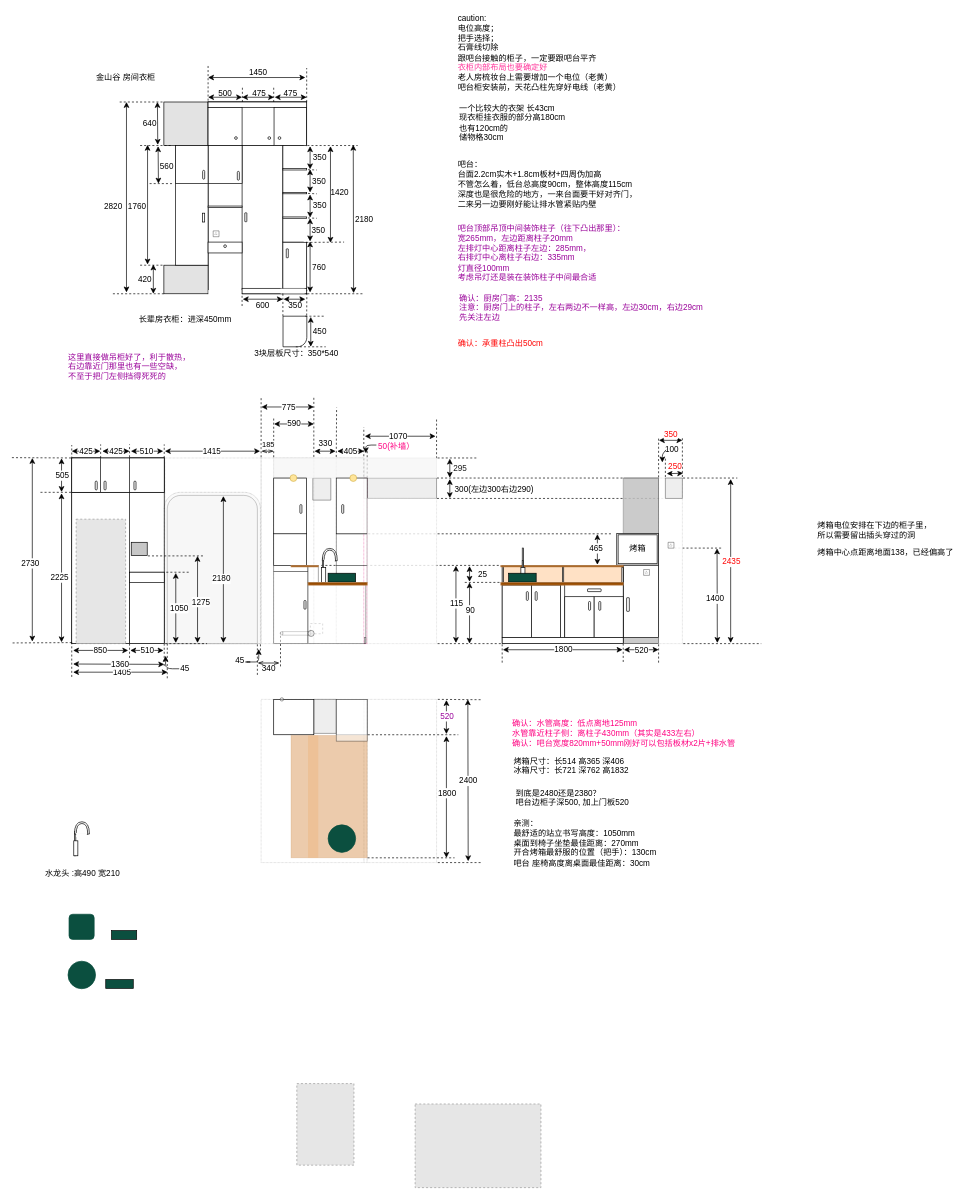
The draw.io diagram page "Page-1" (1 of 2) of result/装修图07170617.drawio in Soffiaa/getTitles, before the edit. Source tidied: cells renumbered, new cells numbered last; positions are measured from the earlier drawing's top-left corner, leaving out a move shared by most shapes. Both pictures are drawn from the tidied source at 68%, with x=0, y=0 at pixel (12, 12). Pictures stored in the file or linked from it are replaced by grey dashed boxes.
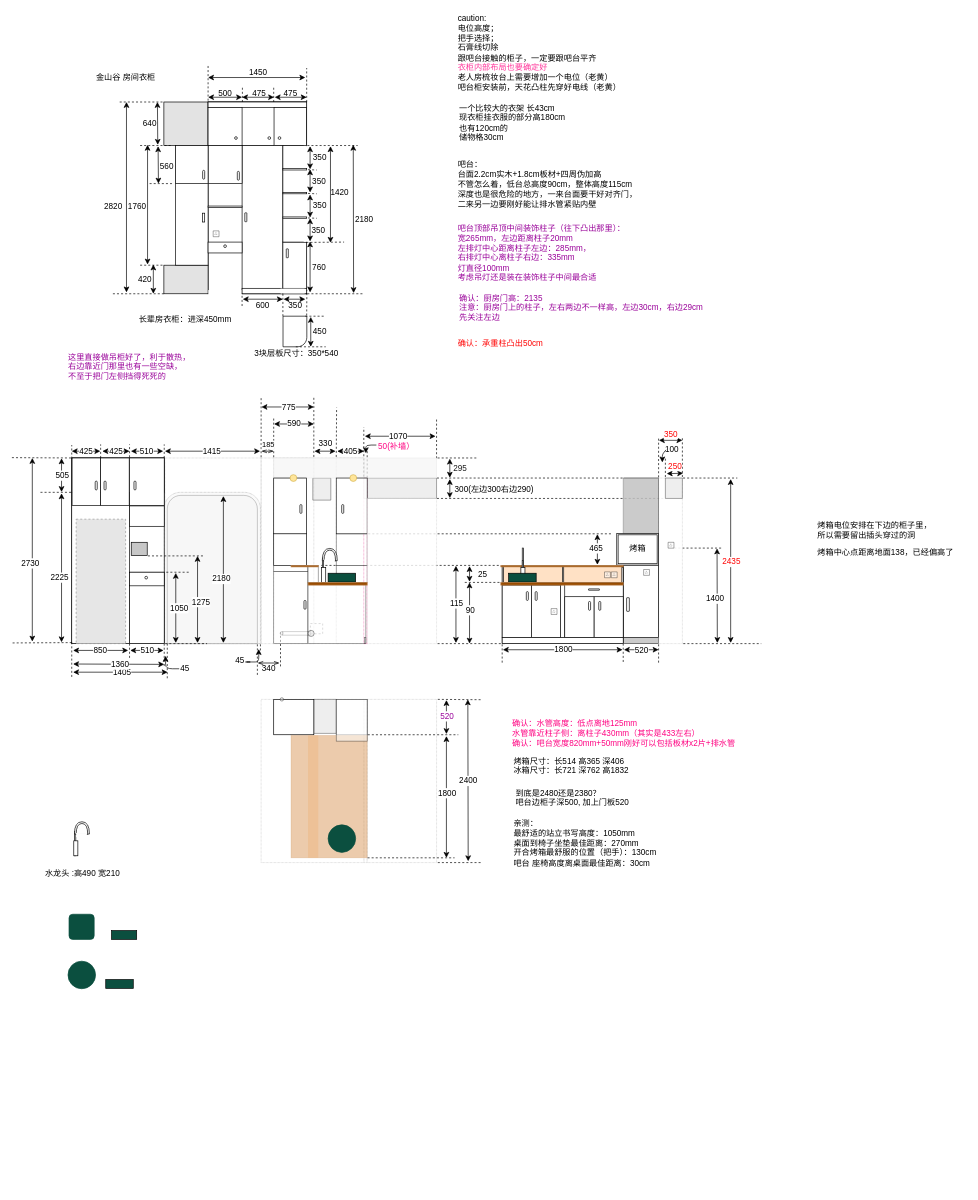
After the change.

Commit message (it also covers changes not shown here):
更新装修图07170617.drawio

The change refers to these unchanged cells:
```xml
<mxCell id="358" style="group;" parent="357" vertex="1">
  <mxGeometry width="180" height="35" as="geometry" />
</mxCell>
<mxCell id="376" style="group;" parent="356" vertex="1">
  <mxGeometry y="25" width="180.5" height="94" as="geometry" />
</mxCell>
```

What changed in the source:
```diff
@@
     <mxCell id="129" style="rounded=0;whiteSpace=wrap;html=1;" parent="1" vertex="1">
-      <mxGeometry x="88" y="656" width="42.5" height="50.5" as="geometry" />
+      <mxGeometry x="88.5" y="656" width="42" height="70" as="geometry" />
     </mxCell>
     <mxCell id="130" style="rounded=0;whiteSpace=wrap;html=1;" parent="1" vertex="1">
-      <mxGeometry x="173" y="656" width="51" height="50.5" as="geometry" />
+      <mxGeometry x="173" y="656" width="51" height="70" as="geometry" />
     </mxCell>
@@
     <mxCell id="142" style="rounded=0;whiteSpace=wrap;html=1;" parent="1" vertex="1">
-      <mxGeometry x="173" y="824" width="51" height="15" as="geometry" />
+      <mxGeometry x="173" y="824" width="51" height="20" as="geometry" />
     </mxCell>
@@
-    <mxCell id="146" style="rounded=1;whiteSpace=wrap;html=1;strokeColor=#000000;fillColor=#FFFFFF;rotation=90;arcSize=50;" parent="1" vertex="1">
-      <mxGeometry x="130.5" y="695" width="13" height="3" as="geometry" />
-    </mxCell>
@@
-    <mxCell id="301" style="fillColor=#E6E6E6;strokeColor=#999999;dashed=1;verticalLabelPosition=bottom;labelBackgroundColor=#ffffff;verticalAlign=top;" parent="1" vertex="1">
-      <mxGeometry x="419" y="1576" width="84" height="120" as="geometry" />
-    </mxCell>
-    <mxCell id="302" style="fillColor=#E6E6E6;strokeColor=#999999;dashed=1;verticalLabelPosition=bottom;labelBackgroundColor=#ffffff;verticalAlign=top;" parent="1" vertex="1">
-      <mxGeometry x="593" y="1606" width="185" height="123" as="geometry" />
-    </mxCell>
@@
+    <mxCell id="392" style="group;" parent="358" vertex="1">
+      <mxGeometry x="152.5" y="9.5" width="8.6" height="8.6" as="geometry" />
+    </mxCell>
+    <mxCell id="393" style="verticalLabelPosition=bottom;verticalAlign=top;html=1;shape=mxgraph.basic.rect;fillColor=#FFFFFF;fillColor2=none;strokeColor=#000000;strokeWidth=1;size=20;indent=5;opacity=50;" parent="392" vertex="1">
+      <mxGeometry width="8.6" height="8.6" as="geometry" />
+    </mxCell>
+    <mxCell id="394" style="endArrow=none;html=1;strokeColor=#999999;" parent="392" edge="1">
+      <mxGeometry relative="1" as="geometry">
+        <mxPoint x="2.5" y="4.5" as="sourcePoint" />
+        <mxPoint x="2.9" y="6.1" as="targetPoint" />
+      </mxGeometry>
+    </mxCell>
+    <mxCell id="395" style="endArrow=none;html=1;strokeColor=#999999;" parent="392" edge="1">
+      <mxGeometry relative="1" as="geometry">
+        <mxPoint x="4" y="2" as="sourcePoint" />
+        <mxPoint x="4" y="4" as="targetPoint" />
+      </mxGeometry>
+    </mxCell>
+    <mxCell id="396" style="endArrow=none;html=1;strokeColor=#999999;" parent="392" edge="1">
+      <mxGeometry relative="1" as="geometry">
+        <mxPoint x="5.5" y="4.5" as="sourcePoint" />
+        <mxPoint x="4.9" y="6.1" as="targetPoint" />
+      </mxGeometry>
+    </mxCell>
+    <mxCell id="397" style="group;" parent="358" vertex="1">
+      <mxGeometry x="162.5" y="9.5" width="8.6" height="8.6" as="geometry" />
+    </mxCell>
+    <mxCell id="398" style="verticalLabelPosition=bottom;verticalAlign=top;html=1;shape=mxgraph.basic.rect;fillColor=#FFFFFF;fillColor2=none;strokeColor=#000000;strokeWidth=1;size=20;indent=5;opacity=50;" parent="397" vertex="1">
+      <mxGeometry width="8.6" height="8.6" as="geometry" />
+    </mxCell>
+    <mxCell id="399" style="endArrow=none;html=1;strokeColor=#999999;" parent="397" edge="1">
+      <mxGeometry relative="1" as="geometry">
+        <mxPoint x="2.5" y="4.5" as="sourcePoint" />
+        <mxPoint x="2.9" y="6.1" as="targetPoint" />
+      </mxGeometry>
+    </mxCell>
+    <mxCell id="400" style="endArrow=none;html=1;strokeColor=#999999;" parent="397" edge="1">
+      <mxGeometry relative="1" as="geometry">
+        <mxPoint x="4" y="2" as="sourcePoint" />
+        <mxPoint x="4" y="4" as="targetPoint" />
+      </mxGeometry>
+    </mxCell>
+    <mxCell id="401" style="endArrow=none;html=1;strokeColor=#999999;" parent="397" edge="1">
+      <mxGeometry relative="1" as="geometry">
+        <mxPoint x="5.5" y="4.5" as="sourcePoint" />
+        <mxPoint x="4.9" y="6.1" as="targetPoint" />
+      </mxGeometry>
+    </mxCell>
@@
     <mxCell id="383" style="rounded=1;whiteSpace=wrap;html=1;strokeColor=#000000;fillColor=#FFFFFF;" parent="376" vertex="1">
-      <mxGeometry x="131.5" y="9.5" width="20" height="4" as="geometry" />
+      <mxGeometry x="133" y="9.5" width="16" height="2" as="geometry" />
     </mxCell>
@@
+    <mxCell id="402" style="group;" parent="376" vertex="1">
+      <mxGeometry x="78" y="38.5" width="8.6" height="8.6" as="geometry" />
+    </mxCell>
+    <mxCell id="403" style="verticalLabelPosition=bottom;verticalAlign=top;html=1;shape=mxgraph.basic.rect;fillColor=#FFFFFF;fillColor2=none;strokeColor=#000000;strokeWidth=1;size=20;indent=5;opacity=50;" parent="402" vertex="1">
+      <mxGeometry width="8.6" height="8.6" as="geometry" />
+    </mxCell>
+    <mxCell id="404" style="endArrow=none;html=1;strokeColor=#999999;" parent="402" edge="1">
+      <mxGeometry relative="1" as="geometry">
+        <mxPoint x="2.5" y="4.5" as="sourcePoint" />
+        <mxPoint x="2.9" y="6.1" as="targetPoint" />
+      </mxGeometry>
+    </mxCell>
+    <mxCell id="405" style="endArrow=none;html=1;strokeColor=#999999;" parent="402" edge="1">
+      <mxGeometry relative="1" as="geometry">
+        <mxPoint x="4" y="2" as="sourcePoint" />
+        <mxPoint x="4" y="4" as="targetPoint" />
+      </mxGeometry>
+    </mxCell>
+    <mxCell id="406" style="endArrow=none;html=1;strokeColor=#999999;" parent="402" edge="1">
+      <mxGeometry relative="1" as="geometry">
+        <mxPoint x="5.5" y="4.5" as="sourcePoint" />
+        <mxPoint x="4.9" y="6.1" as="targetPoint" />
+      </mxGeometry>
+    </mxCell>
@@
+    <mxCell id="407" style="rounded=0;whiteSpace=wrap;html=1;" parent="1" vertex="1">
+      <mxGeometry x="130.5" y="656" width="42" height="70" as="geometry" />
+    </mxCell>
+    <mxCell id="146" style="rounded=1;whiteSpace=wrap;html=1;strokeColor=#000000;fillColor=#FFFFFF;rotation=90;arcSize=50;" parent="1" vertex="1">
+      <mxGeometry x="130.5" y="695" width="13" height="3" as="geometry" />
+    </mxCell>
+    <mxCell id="408" style="rounded=0;whiteSpace=wrap;html=1;" parent="1" vertex="1">
+      <mxGeometry x="173" y="726.5" width="51" height="30" as="geometry" />
+    </mxCell>
+    <mxCell id="409" style="ellipse;whiteSpace=wrap;html=1;rounded=0;fillColor=#FFFFFF;" parent="1" vertex="1">
+      <mxGeometry x="195.5" y="830" width="4" height="4" as="geometry" />
+    </mxCell>
```
